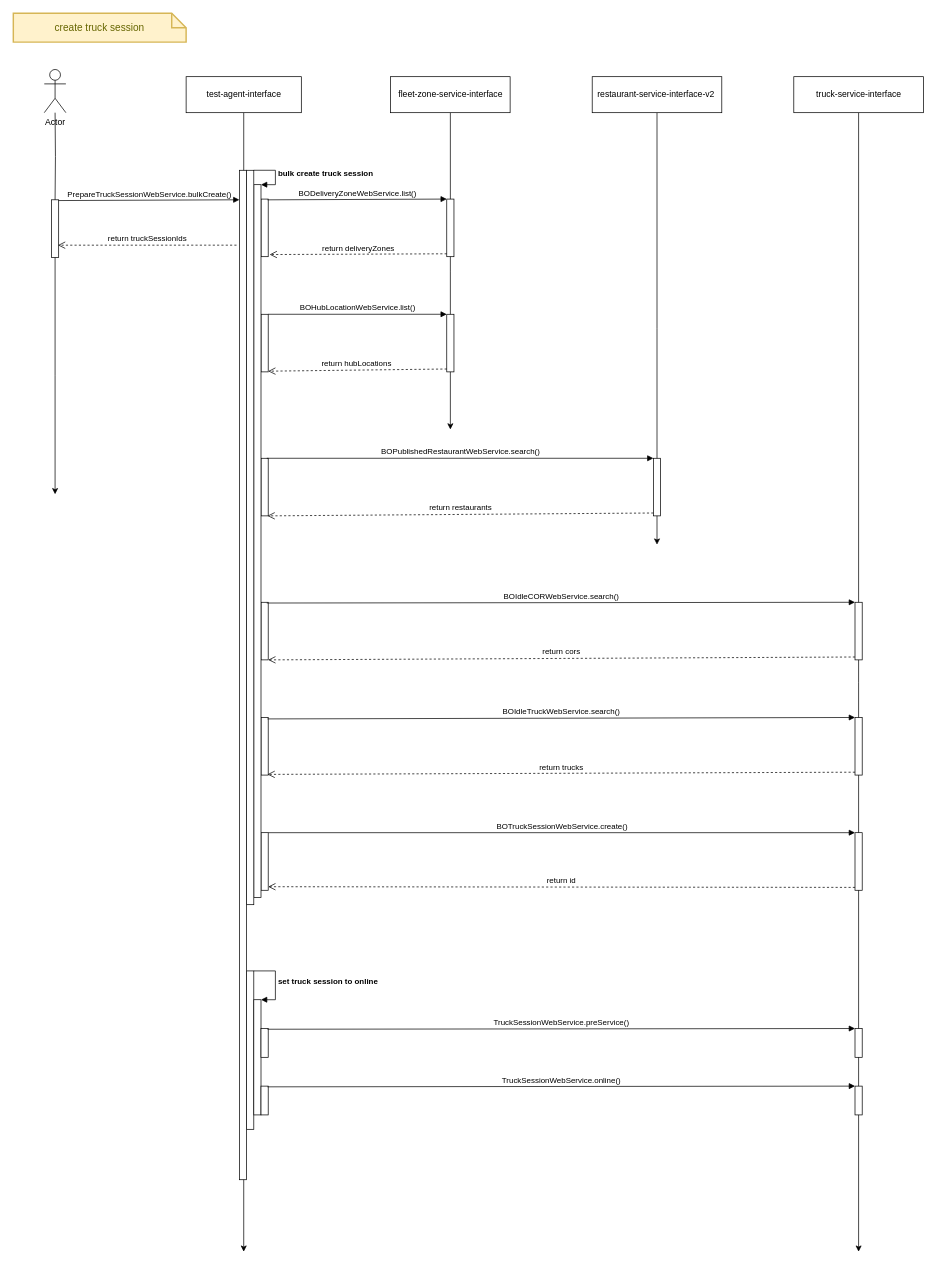
This is page "Bulk Create Truck Session" (12 of 12) of automation.drawio from SWE15041/ct, a draw.io file, before an edit. Source tidied: cells renumbered, new cells numbered last; positions are measured from the earlier drawing's top-left corner, leaving out a move shared by most shapes. Both pictures are drawn from the tidied source at 72%, with x=0, y=0 at pixel (13, 13).
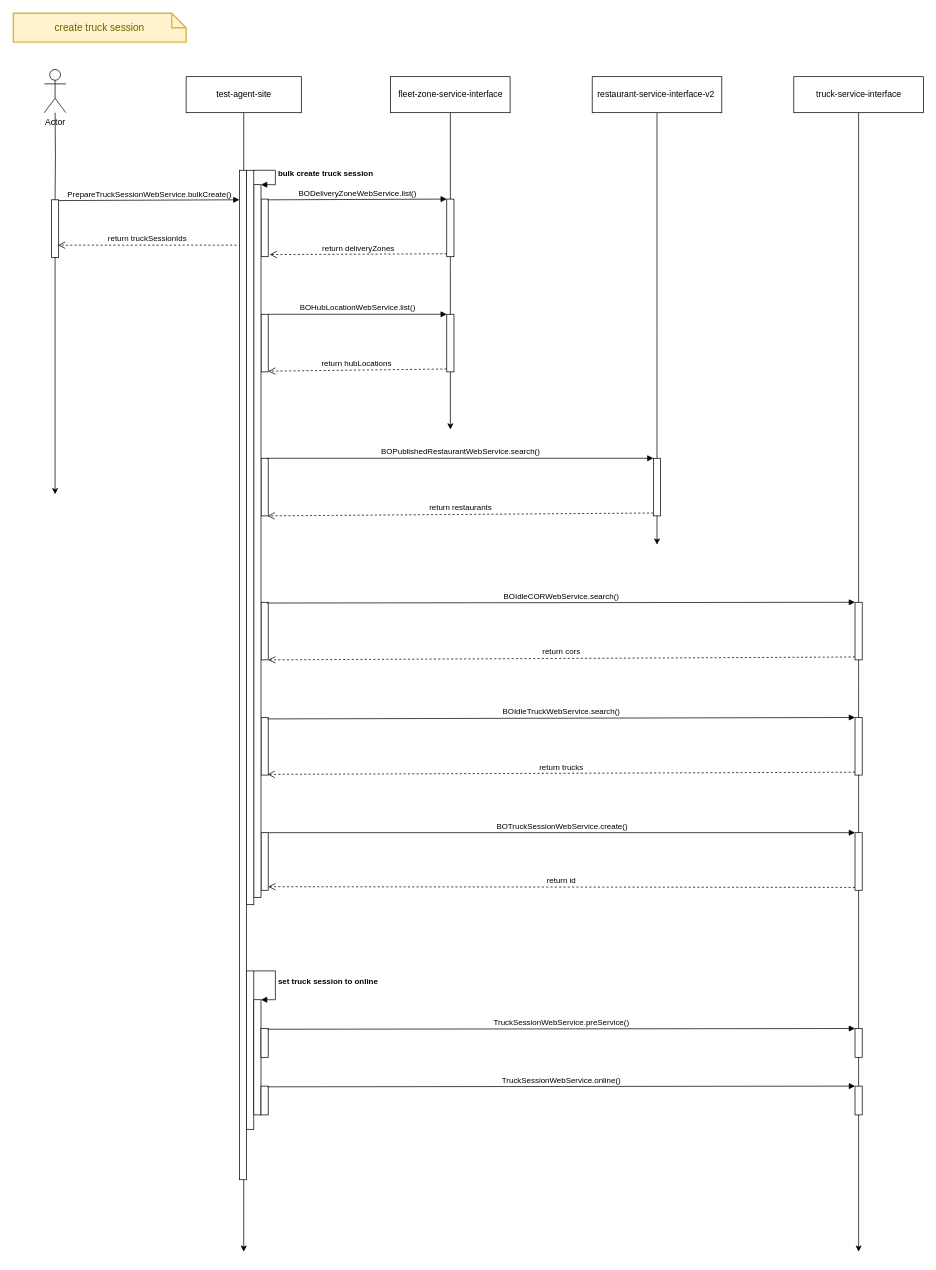
Above is the later version.

Change to the diagram source:
```diff
@@
-    <mxCell id="3" value="test-agent-interface" style="html=1;" parent="1" vertex="1">
+    <mxCell id="3" value="test-agent-site" style="html=1;" parent="1" vertex="1">
       <mxGeometry x="240" y="88" width="160" height="50" as="geometry" />
     </mxCell>
```
